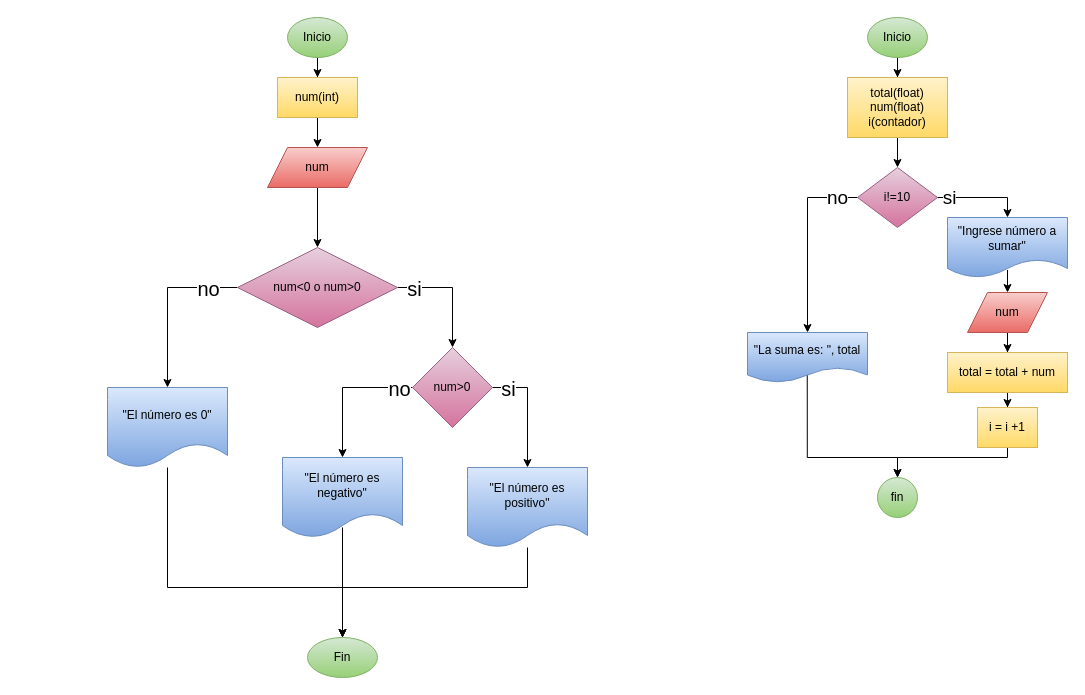
zeth789/Pensamiento_computacional keeps this draw.io diagram as 7. ESTRUCTURAS/ejercicio diagramas moodle.drawio. Above is the earlier version. Source tidied: cells renumbered, new cells numbered last; positions are measured from the earlier drawing's top-left corner, leaving out a move shared by most shapes. Both pictures are drawn from the tidied source at 100%, with x=0, y=0 at pixel (107, 17).
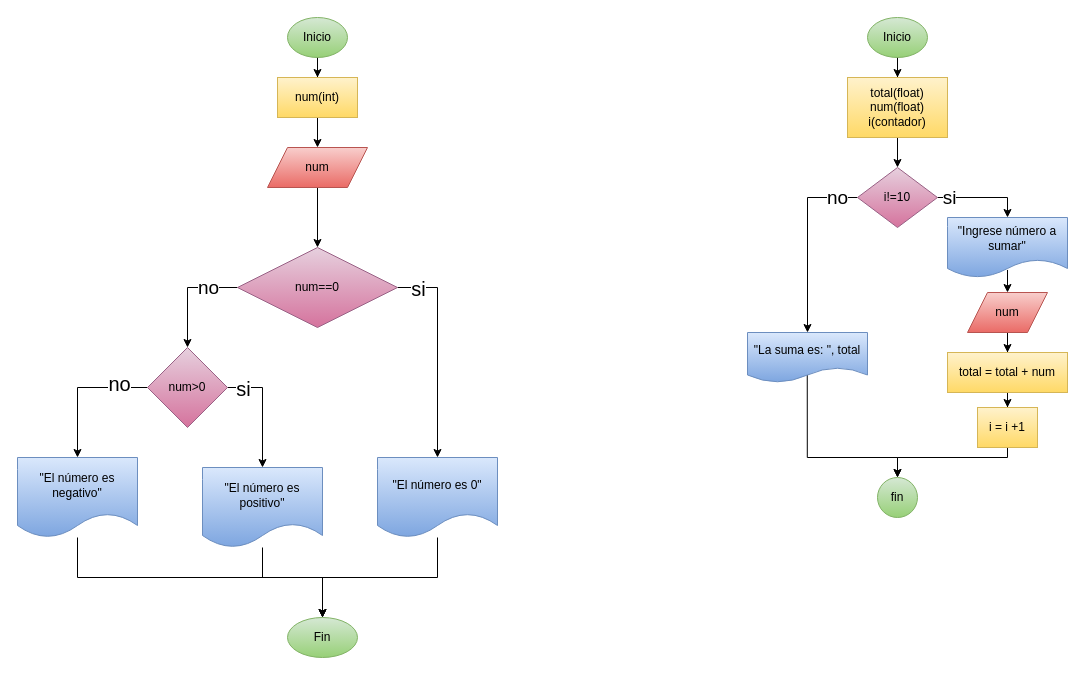
After the change.

The change refers to these unchanged cells:
```xml
<mxCell id="10" style="edgeStyle=orthogonalEdgeStyle;rounded=0;jettySize=auto;html=1;" parent="1" edge="1" source="12" target="19">
  <mxGeometry relative="1" as="geometry" />
</mxCell>
<mxCell id="17" style="edgeStyle=orthogonalEdgeStyle;rounded=0;jettySize=auto;html=1;" parent="1" edge="1" source="19" target="23">
  <mxGeometry relative="1" as="geometry" />
</mxCell>
```

Change to the diagram source:
```diff
@@
     <mxCell id="8" style="edgeStyle=orthogonalEdgeStyle;rounded=0;jettySize=auto;html=1;" parent="1" edge="1" source="12" target="14">
-      <mxGeometry relative="1" as="geometry" />
+      <mxGeometry relative="1" as="geometry">
+        <Array as="points">
+          <mxPoint x="330" y="270" />
+        </Array>
+      </mxGeometry>
     </mxCell>
-    <mxCell id="9" value="no" style="edgeLabel;html=1;align=center;verticalAlign=middle;fontSize=20;" parent="8" vertex="1">
-      <mxGeometry x="-0.26" y="-1" relative="1" as="geometry">
-        <mxPoint x="33" y="1" as="offset" />
-      </mxGeometry>
-    </mxCell>
@@
     <mxCell id="11" value="si" style="edgeLabel;html=1;align=center;verticalAlign=middle;fontSize=20;" parent="10" vertex="1">
       <mxGeometry x="-0.36" relative="1" as="geometry">
-        <mxPoint x="-21" as="offset" />
+        <mxPoint x="215" as="offset" />
       </mxGeometry>
     </mxCell>
+    <mxCell id="9" value="no" style="edgeLabel;html=1;align=center;verticalAlign=middle;fontSize=19;" parent="10" vertex="1">
+      <mxGeometry x="-0.25" y="3" relative="1" as="geometry">
+        <mxPoint x="11" y="-3" as="offset" />
+      </mxGeometry>
+    </mxCell>
-    <mxCell id="12" value="num&amp;lt;0 o num&amp;gt;0" style="rhombus;whiteSpace=wrap;html=1;fillColor=#e6d0de;gradientColor=#d5739d;strokeColor=#996185;" parent="1" vertex="1">
+    <mxCell id="12" value="num==0" style="rhombus;whiteSpace=wrap;html=1;fillColor=#e6d0de;gradientColor=#d5739d;strokeColor=#996185;" parent="1" vertex="1">
       <mxGeometry x="130" y="230" width="160" height="80" as="geometry" />
     </mxCell>
-    <mxCell id="13" style="edgeStyle=orthogonalEdgeStyle;rounded=0;jettySize=auto;html=1;entryX=0.5;entryY=0;entryDx=0;entryDy=0;" parent="1" edge="1" source="14" target="24">
+    <mxCell id="13" style="edgeStyle=orthogonalEdgeStyle;rounded=0;jettySize=auto;html=1;entryX=0.5;entryY=0;entryDx=0;entryDy=0;fontSize=19;" parent="1" edge="1" source="14" target="24">
       <mxGeometry relative="1" as="geometry">
         <Array as="points">
-          <mxPoint x="60" y="570" />
-          <mxPoint x="235" y="570" />
+          <mxPoint x="330" y="560" />
+          <mxPoint x="215" y="560" />
         </Array>
       </mxGeometry>
     </mxCell>
     <mxCell id="14" value="&quot;El número es 0&quot;" style="shape=document;whiteSpace=wrap;html=1;boundedLbl=1;fillColor=#dae8fc;gradientColor=#7ea6e0;strokeColor=#6c8ebf;" parent="1" vertex="1">
-      <mxGeometry y="370" width="120" height="80" as="geometry" />
+      <mxGeometry x="270" y="440" width="120" height="80" as="geometry" />
     </mxCell>
     <mxCell id="15" style="edgeStyle=orthogonalEdgeStyle;rounded=0;jettySize=auto;html=1;" parent="1" edge="1" source="19" target="21">
       <mxGeometry relative="1" as="geometry">
         <Array as="points">
-          <mxPoint x="420" y="370" />
+          <mxPoint x="155" y="370" />
         </Array>
       </mxGeometry>
     </mxCell>
@@
     <mxCell id="18" value="no" style="edgeLabel;html=1;align=center;verticalAlign=middle;fontSize=20;" parent="17" vertex="1">
       <mxGeometry x="-0.28" relative="1" as="geometry">
-        <mxPoint x="36" as="offset" />
+        <mxPoint x="21" y="-5" as="offset" />
       </mxGeometry>
     </mxCell>
     <mxCell id="19" value="num&amp;gt;0" style="rhombus;whiteSpace=wrap;html=1;fillColor=#e6d0de;gradientColor=#d5739d;strokeColor=#996185;" parent="1" vertex="1">
-      <mxGeometry x="305" y="330" width="80" height="80" as="geometry" />
+      <mxGeometry x="40" y="330" width="80" height="80" as="geometry" />
     </mxCell>
-    <mxCell id="20" style="edgeStyle=orthogonalEdgeStyle;rounded=0;jettySize=auto;html=1;entryX=0.5;entryY=0;entryDx=0;entryDy=0;" parent="1" edge="1" source="21" target="24">
+    <mxCell id="20" style="edgeStyle=orthogonalEdgeStyle;rounded=0;jettySize=auto;html=1;entryX=0.5;entryY=0;entryDx=0;entryDy=0;fontSize=19;" parent="1" edge="1" source="21" target="24">
       <mxGeometry relative="1" as="geometry">
         <Array as="points">
-          <mxPoint x="420" y="570" />
-          <mxPoint x="235" y="570" />
+          <mxPoint x="155" y="560" />
+          <mxPoint x="215" y="560" />
         </Array>
       </mxGeometry>
     </mxCell>
     <mxCell id="21" value="&quot;El número es positivo&quot;" style="shape=document;whiteSpace=wrap;html=1;boundedLbl=1;fillColor=#dae8fc;gradientColor=#7ea6e0;strokeColor=#6c8ebf;" parent="1" vertex="1">
-      <mxGeometry x="360" y="450" width="120" height="80" as="geometry" />
+      <mxGeometry x="95" y="450" width="120" height="80" as="geometry" />
     </mxCell>
-    <mxCell id="22" style="edgeStyle=orthogonalEdgeStyle;rounded=0;jettySize=auto;html=1;exitX=0.5;exitY=0.875;exitDx=0;exitDy=0;exitPerimeter=0;" parent="1" edge="1" source="23" target="24">
-      <mxGeometry relative="1" as="geometry" />
+    <mxCell id="22" style="edgeStyle=orthogonalEdgeStyle;rounded=0;jettySize=auto;html=1;entryX=0.5;entryY=0;entryDx=0;entryDy=0;fontSize=19;" parent="1" edge="1" source="23" target="24">
+      <mxGeometry relative="1" as="geometry">
+        <Array as="points">
+          <mxPoint x="-30" y="560" />
+          <mxPoint x="215" y="560" />
+        </Array>
+      </mxGeometry>
     </mxCell>
     <mxCell id="23" value="&quot;El número es negativo&quot;" style="shape=document;whiteSpace=wrap;html=1;boundedLbl=1;fillColor=#dae8fc;gradientColor=#7ea6e0;strokeColor=#6c8ebf;" parent="1" vertex="1">
-      <mxGeometry x="175" y="440" width="120" height="80" as="geometry" />
+      <mxGeometry x="-90" y="440" width="120" height="80" as="geometry" />
     </mxCell>
     <mxCell id="24" value="Fin" style="ellipse;whiteSpace=wrap;html=1;fillColor=#d5e8d4;gradientColor=#97d077;strokeColor=#82b366;" parent="1" vertex="1">
-      <mxGeometry x="200" y="620" width="70" height="40" as="geometry" />
+      <mxGeometry x="180" y="600" width="70" height="40" as="geometry" />
     </mxCell>
```
